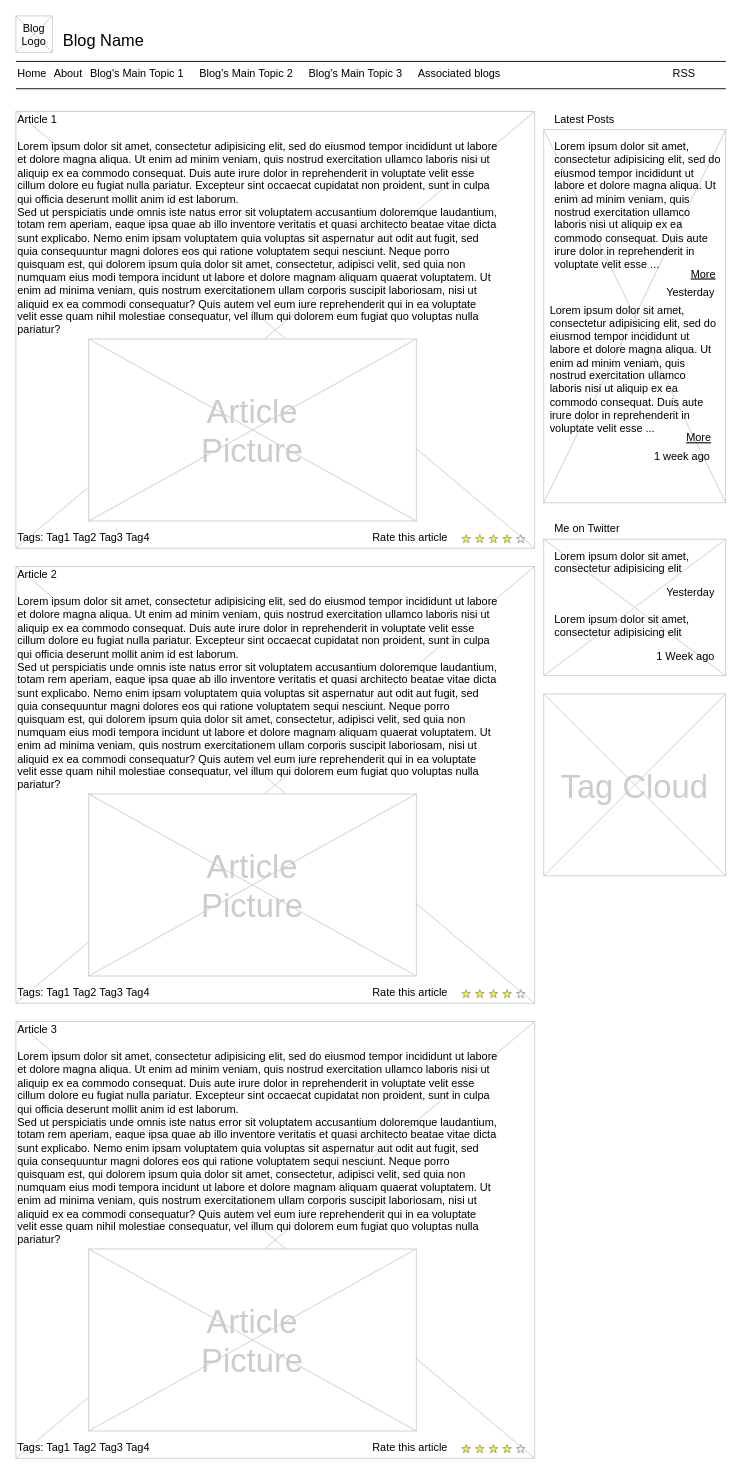
Earlier version of the draw.io diagram Untitled Diagram.drawio (thandosim/trucks). Source tidied: cells renumbered, new cells numbered last; positions are measured from the earlier drawing's top-left corner, leaving out a move shared by most shapes. Both pictures are drawn from the tidied source at 91%, with x=0, y=0 at pixel (15, 15).
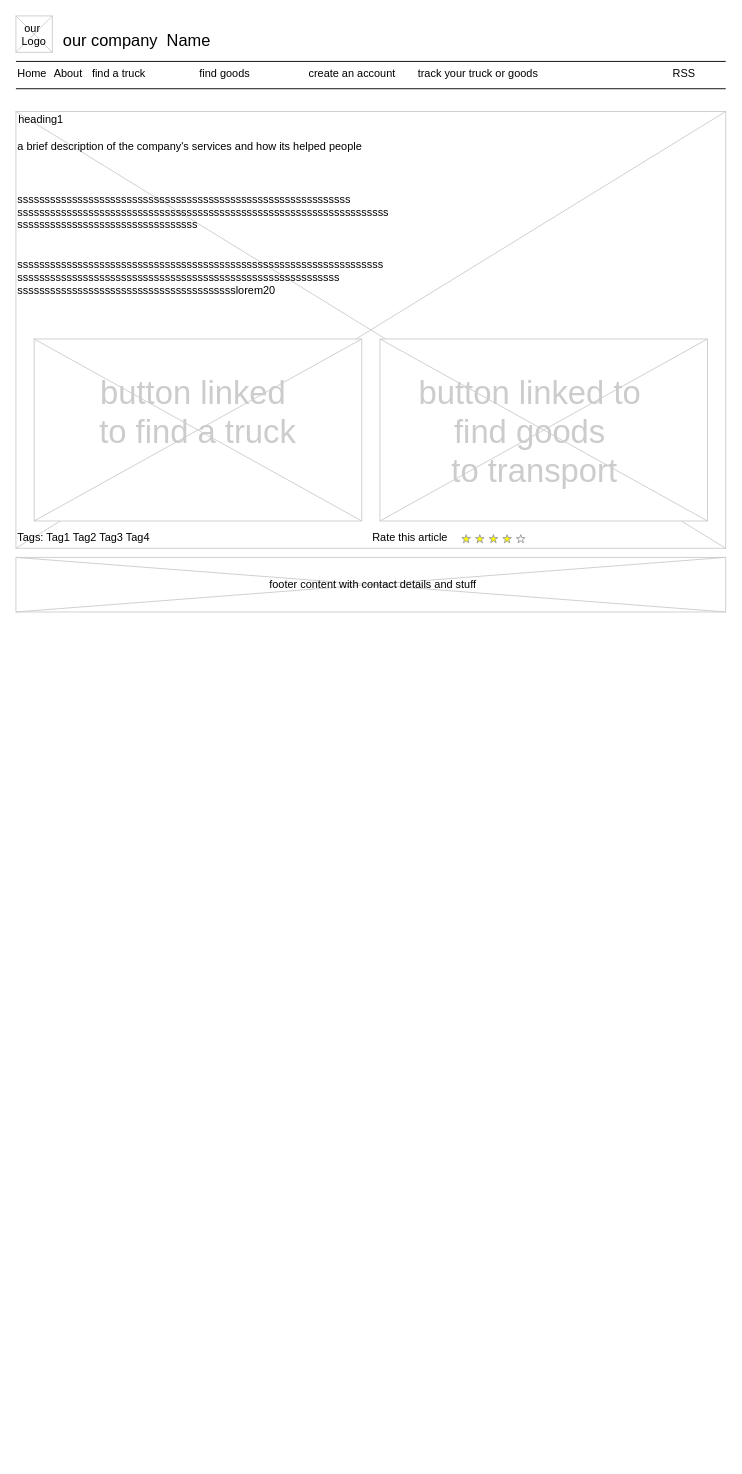
Above is the later version.

Commit message:
trucksWireframe first draft

Diff of the diagram source:
```diff
@@
-    <mxCell id="2" style="verticalLabelPosition=bottom;verticalAlign=top;strokeWidth=1;shape=mxgraph.mockup.graphics.iconGrid;strokeColor=#CCCCCC;gridSize=1,1;" parent="1" vertex="1">
-      <mxGeometry x="580" y="125" width="200" height="410" as="geometry" />
-    </mxCell>
     <mxCell id="3" style="verticalLabelPosition=bottom;verticalAlign=top;strokeWidth=1;shape=mxgraph.mockup.graphics.iconGrid;strokeColor=#CCCCCC;gridSize=1,1;" parent="1" vertex="1">
-      <mxGeometry y="105" width="570" height="480" as="geometry" />
+      <mxGeometry y="105" width="780" height="480" as="geometry" />
     </mxCell>
+    <mxCell id="54" style="verticalLabelPosition=bottom;verticalAlign=top;strokeWidth=1;shape=mxgraph.mockup.graphics.iconGrid;strokeColor=#CCCCCC;gridSize=1,1;" parent="1" vertex="1">
+      <mxGeometry x="400" y="355" width="360" height="200" as="geometry" />
+    </mxCell>
-    <mxCell id="4" value="Blog Name" style="text;spacingTop=-5;fontSize=18;fontStyle=0;" parent="1" vertex="1">
+    <mxCell id="4" value="our company  Name" style="text;spacingTop=-5;fontSize=18;fontStyle=0;" parent="1" vertex="1">
       <mxGeometry x="50" y="15" width="230" height="20" as="geometry" />
     </mxCell>
@@
-    <mxCell id="9" value="Associated blogs" style="text;spacingTop=-5;" parent="1" vertex="1">
+    <mxCell id="9" value="track your truck or goods&#10;" style="text;spacingTop=-5;" parent="1" vertex="1">
       <mxGeometry x="440" y="55" width="30" height="20" as="geometry" />
     </mxCell>
-    <mxCell id="10" value="Article 1" style="text;spacingTop=-5;" parent="1" vertex="1">
-      <mxGeometry y="105" width="30" height="20" as="geometry" />
+    <mxCell id="10" value="heading1" style="text;spacingTop=-5;" parent="1" vertex="1">
+      <mxGeometry x="1" y="105" width="30" height="20" as="geometry" />
     </mxCell>
-    <mxCell id="11" value="Lorem ipsum dolor sit amet, consectetur adipisicing elit, sed do eiusmod tempor incididunt ut labore et dolore magna aliqua. Ut enim ad minim veniam, quis nostrud exercitation ullamco laboris nisi ut aliquip ex ea commodo consequat. Duis aute irure dolor in reprehenderit in voluptate velit esse cillum dolore eu fugiat nulla pariatur. Excepteur sint occaecat cupidatat non proident, sunt in culpa qui officia deserunt mollit anim id est laborum.&#10;Sed ut perspiciatis unde omnis iste natus error sit voluptatem accusantium doloremque laudantium, totam rem aperiam, eaque ipsa quae ab illo inventore veritatis et quasi architecto beatae vitae dicta sunt explicabo. Nemo enim ipsam voluptatem quia voluptas sit aspernatur aut odit aut fugit, sed quia consequuntur magni dolores eos qui ratione voluptatem sequi nesciunt. Neque porro quisquam est, qui dolorem ipsum quia dolor sit amet, consectetur, adipisci velit, sed quia non numquam eius modi tempora incidunt ut labore et dolore magnam aliquam quaerat voluptatem. Ut enim ad minima veniam, quis nostrum exercitationem ullam corporis suscipit laboriosam, nisi ut aliquid ex ea commodi consequatur? Quis autem vel eum iure reprehenderit qui in ea voluptate velit esse quam nihil molestiae consequatur, vel illum qui dolorem eum fugiat quo voluptas nulla pariatur?" style="text;spacingTop=-5;whiteSpace=wrap;align=left;" parent="1" vertex="1">
-      <mxGeometry y="135" width="530" height="250" as="geometry" />
+    <mxCell id="11" value="a brief description of the company's services and how its helped people&#10;&#10;&#10;&#10;sssssssssssssssssssssssssssssssssssssssssssssssssssssssssssss&#10;ssssssssssssssssssssssssssssssssssssssssssssssssssssssssssssssssssss&#10;sssssssssssssssssssssssssssssssss&#10;&#10;&#10;sssssssssssssssssssssssssssssssssssssssssssssssssssssssssssssssssss&#10;sssssssssssssssssssssssssssssssssssssssssssssssssssssssssss&#10;sssssssssssssssssssssssssssssssssssssssslorem20&#10;" style="text;spacingTop=-5;whiteSpace=wrap;align=left;" parent="1" vertex="1">
+      <mxGeometry y="135" width="530" height="200" as="geometry" />
     </mxCell>
-    <mxCell id="12" value="Latest Posts" style="text;spacingTop=-5;" parent="1" vertex="1">
-      <mxGeometry x="590" y="105" width="30" height="20" as="geometry" />
-    </mxCell>
@@
-    <mxCell id="14" value="Lorem ipsum dolor sit amet, consectetur adipisicing elit, sed do eiusmod tempor incididunt ut labore et dolore magna aliqua. Ut enim ad minim veniam, quis nostrud exercitation ullamco laboris nisi ut aliquip ex ea commodo consequat. Duis aute irure dolor in reprehenderit in voluptate velit esse ..." style="text;spacingTop=-5;whiteSpace=wrap;align=left;" parent="1" vertex="1">
-      <mxGeometry x="590" y="135" width="190" height="140" as="geometry" />
-    </mxCell>
-    <mxCell id="15" value="More" style="text;spacingTop=-5;fontStyle=4;" parent="1" vertex="1">
-      <mxGeometry x="740" y="275" width="30" height="20" as="geometry" />
-    </mxCell>
-    <mxCell id="16" value="Yesterday" style="text;spacingTop=-5;fontStyle=0;align=right;" parent="1" vertex="1">
-      <mxGeometry x="740" y="295" width="30" height="20" as="geometry" />
-    </mxCell>
-    <mxCell id="17" value="Lorem ipsum dolor sit amet, consectetur adipisicing elit, sed do eiusmod tempor incididunt ut labore et dolore magna aliqua. Ut enim ad minim veniam, quis nostrud exercitation ullamco laboris nisi ut aliquip ex ea commodo consequat. Duis aute irure dolor in reprehenderit in voluptate velit esse ..." style="text;spacingTop=-5;whiteSpace=wrap;align=left;" parent="1" vertex="1">
-      <mxGeometry x="585" y="315" width="190" height="140" as="geometry" />
-    </mxCell>
-    <mxCell id="18" value="More" style="text;spacingTop=-5;fontStyle=4;" parent="1" vertex="1">
-      <mxGeometry x="735" y="455" width="30" height="20" as="geometry" />
-    </mxCell>
-    <mxCell id="19" value="1 week ago" style="text;spacingTop=-5;fontStyle=0;align=right;" parent="1" vertex="1">
-      <mxGeometry x="735" y="475" width="30" height="20" as="geometry" />
-    </mxCell>
@@
-    <mxCell id="21" value="Blog &#10;Logo" style="text;spacingTop=-5;align=center;" parent="1" vertex="1">
+    <mxCell id="21" value="our &#10;Logo" style="text;spacingTop=-5;align=center;" parent="1" vertex="1">
       <mxGeometry y="5" width="40" height="40" as="geometry" />
     </mxCell>
-    <mxCell id="22" value="Blog's Main Topic 1" style="text;spacingTop=-5;" parent="1" vertex="1">
-      <mxGeometry x="80" y="55" width="30" height="20" as="geometry" />
+    <mxCell id="22" value="find a truck" style="text;spacingTop=-5;" parent="1" vertex="1">
+      <mxGeometry x="82" y="55" width="30" height="20" as="geometry" />
     </mxCell>
-    <mxCell id="23" value="Blog's Main Topic 2" style="text;spacingTop=-5;" parent="1" vertex="1">
+    <mxCell id="23" value="find goods&#10;" style="text;spacingTop=-5;" parent="1" vertex="1">
       <mxGeometry x="200" y="55" width="30" height="20" as="geometry" />
     </mxCell>
-    <mxCell id="24" value="Blog's Main Topic 3" style="text;spacingTop=-5;" parent="1" vertex="1">
+    <mxCell id="24" value="create an account" style="text;spacingTop=-5;" parent="1" vertex="1">
       <mxGeometry x="320" y="55" width="30" height="20" as="geometry" />
     </mxCell>
     <mxCell id="25" style="verticalLabelPosition=bottom;verticalAlign=top;strokeWidth=1;shape=mxgraph.mockup.graphics.iconGrid;strokeColor=#CCCCCC;gridSize=1,1;" parent="1" vertex="1">
-      <mxGeometry x="80" y="355" width="360" height="200" as="geometry" />
+      <mxGeometry x="20" y="355" width="360" height="200" as="geometry" />
     </mxCell>
-    <mxCell id="26" value="Article&#10;Picture" style="text;spacingTop=-5;align=center;verticalAlign=middle;fontSize=36;fontColor=#CCCCCC;" parent="1" vertex="1">
-      <mxGeometry x="80" y="355" width="360" height="200" as="geometry" />
+    <mxCell id="26" value="button linked &#10;to find a truck&#10;" style="text;spacingTop=-5;align=center;verticalAlign=middle;fontSize=36;fontColor=#CCCCCC;" parent="1" vertex="1">
+      <mxGeometry x="20" y="355" width="360" height="200" as="geometry" />
     </mxCell>
-    <mxCell id="27" style="verticalLabelPosition=bottom;verticalAlign=top;strokeWidth=1;shape=mxgraph.mockup.graphics.iconGrid;strokeColor=#CCCCCC;gridSize=1,1;" parent="1" vertex="1">
-      <mxGeometry y="605" width="570" height="480" as="geometry" />
-    </mxCell>
-    <mxCell id="28" value="Article 2" style="text;spacingTop=-5;" parent="1" vertex="1">
-      <mxGeometry y="605" width="30" height="20" as="geometry" />
-    </mxCell>
-    <mxCell id="29" value="Lorem ipsum dolor sit amet, consectetur adipisicing elit, sed do eiusmod tempor incididunt ut labore et dolore magna aliqua. Ut enim ad minim veniam, quis nostrud exercitation ullamco laboris nisi ut aliquip ex ea commodo consequat. Duis aute irure dolor in reprehenderit in voluptate velit esse cillum dolore eu fugiat nulla pariatur. Excepteur sint occaecat cupidatat non proident, sunt in culpa qui officia deserunt mollit anim id est laborum.&#10;Sed ut perspiciatis unde omnis iste natus error sit voluptatem accusantium doloremque laudantium, totam rem aperiam, eaque ipsa quae ab illo inventore veritatis et quasi architecto beatae vitae dicta sunt explicabo. Nemo enim ipsam voluptatem quia voluptas sit aspernatur aut odit aut fugit, sed quia consequuntur magni dolores eos qui ratione voluptatem sequi nesciunt. Neque porro quisquam est, qui dolorem ipsum quia dolor sit amet, consectetur, adipisci velit, sed quia non numquam eius modi tempora incidunt ut labore et dolore magnam aliquam quaerat voluptatem. Ut enim ad minima veniam, quis nostrum exercitationem ullam corporis suscipit laboriosam, nisi ut aliquid ex ea commodi consequatur? Quis autem vel eum iure reprehenderit qui in ea voluptate velit esse quam nihil molestiae consequatur, vel illum qui dolorem eum fugiat quo voluptas nulla pariatur?" style="text;spacingTop=-5;whiteSpace=wrap;align=left;" parent="1" vertex="1">
-      <mxGeometry y="635" width="530" height="250" as="geometry" />
-    </mxCell>
-    <mxCell id="30" style="verticalLabelPosition=bottom;verticalAlign=top;strokeWidth=1;shape=mxgraph.mockup.graphics.iconGrid;strokeColor=#CCCCCC;gridSize=1,1;" parent="1" vertex="1">
-      <mxGeometry x="80" y="855" width="360" height="200" as="geometry" />
-    </mxCell>
-    <mxCell id="31" value="Article&#10;Picture" style="text;spacingTop=-5;align=center;verticalAlign=middle;fontSize=36;fontColor=#CCCCCC;" parent="1" vertex="1">
-      <mxGeometry x="80" y="855" width="360" height="200" as="geometry" />
-    </mxCell>
     <mxCell id="32" style="verticalLabelPosition=bottom;verticalAlign=top;strokeWidth=1;shape=mxgraph.mockup.graphics.iconGrid;strokeColor=#CCCCCC;gridSize=1,1;" parent="1" vertex="1">
-      <mxGeometry y="1105" width="570" height="480" as="geometry" />
+      <mxGeometry y="595" width="780" height="60" as="geometry" />
     </mxCell>
-    <mxCell id="33" value="Article 3" style="text;spacingTop=-5;" parent="1" vertex="1">
-      <mxGeometry y="1105" width="30" height="20" as="geometry" />
-    </mxCell>
-    <mxCell id="34" value="Lorem ipsum dolor sit amet, consectetur adipisicing elit, sed do eiusmod tempor incididunt ut labore et dolore magna aliqua. Ut enim ad minim veniam, quis nostrud exercitation ullamco laboris nisi ut aliquip ex ea commodo consequat. Duis aute irure dolor in reprehenderit in voluptate velit esse cillum dolore eu fugiat nulla pariatur. Excepteur sint occaecat cupidatat non proident, sunt in culpa qui officia deserunt mollit anim id est laborum.&#10;Sed ut perspiciatis unde omnis iste natus error sit voluptatem accusantium doloremque laudantium, totam rem aperiam, eaque ipsa quae ab illo inventore veritatis et quasi architecto beatae vitae dicta sunt explicabo. Nemo enim ipsam voluptatem quia voluptas sit aspernatur aut odit aut fugit, sed quia consequuntur magni dolores eos qui ratione voluptatem sequi nesciunt. Neque porro quisquam est, qui dolorem ipsum quia dolor sit amet, consectetur, adipisci velit, sed quia non numquam eius modi tempora incidunt ut labore et dolore magnam aliquam quaerat voluptatem. Ut enim ad minima veniam, quis nostrum exercitationem ullam corporis suscipit laboriosam, nisi ut aliquid ex ea commodi consequatur? Quis autem vel eum iure reprehenderit qui in ea voluptate velit esse quam nihil molestiae consequatur, vel illum qui dolorem eum fugiat quo voluptas nulla pariatur?" style="text;spacingTop=-5;whiteSpace=wrap;align=left;" parent="1" vertex="1">
-      <mxGeometry y="1135" width="530" height="250" as="geometry" />
-    </mxCell>
-    <mxCell id="35" style="verticalLabelPosition=bottom;verticalAlign=top;strokeWidth=1;shape=mxgraph.mockup.graphics.iconGrid;strokeColor=#CCCCCC;gridSize=1,1;" parent="1" vertex="1">
-      <mxGeometry x="80" y="1355" width="360" height="200" as="geometry" />
-    </mxCell>
-    <mxCell id="36" value="Article&#10;Picture" style="text;spacingTop=-5;align=center;verticalAlign=middle;fontSize=36;fontColor=#CCCCCC;" parent="1" vertex="1">
-      <mxGeometry x="80" y="1355" width="360" height="200" as="geometry" />
-    </mxCell>
@@
-    <mxCell id="39" style="verticalLabelPosition=bottom;verticalAlign=top;strokeWidth=1;shape=mxgraph.mockup.misc.rating;strokeColor=#999999;fillColor=#ffff00;emptyFillColor=#ffffff;grade=4;ratingScale=5;ratingStyle=star;" parent="1" vertex="1">
-      <mxGeometry x="490" y="1070" width="77.5" height="10" as="geometry" />
-    </mxCell>
-    <mxCell id="40" value="Rate this article" style="text;spacingTop=-5;" parent="1" vertex="1">
-      <mxGeometry x="390" y="1065" width="30" height="20" as="geometry" />
-    </mxCell>
-    <mxCell id="41" style="verticalLabelPosition=bottom;verticalAlign=top;strokeWidth=1;shape=mxgraph.mockup.misc.rating;strokeColor=#999999;fillColor=#ffff00;emptyFillColor=#ffffff;grade=4;ratingScale=5;ratingStyle=star;" parent="1" vertex="1">
-      <mxGeometry x="490" y="1570" width="77.5" height="10" as="geometry" />
-    </mxCell>
-    <mxCell id="42" value="Rate this article" style="text;spacingTop=-5;" parent="1" vertex="1">
-      <mxGeometry x="390" y="1565" width="30" height="20" as="geometry" />
-    </mxCell>
@@
-    <mxCell id="44" value="Tags: Tag1 Tag2 Tag3 Tag4" style="text;spacingTop=-5;" parent="1" vertex="1">
-      <mxGeometry y="1065" width="210" height="20" as="geometry" />
-    </mxCell>
-    <mxCell id="45" value="Tags: Tag1 Tag2 Tag3 Tag4" style="text;spacingTop=-5;" parent="1" vertex="1">
-      <mxGeometry y="1565" width="210" height="20" as="geometry" />
-    </mxCell>
-    <mxCell id="46" style="verticalLabelPosition=bottom;verticalAlign=top;strokeWidth=1;shape=mxgraph.mockup.graphics.iconGrid;strokeColor=#CCCCCC;gridSize=1,1;" parent="1" vertex="1">
-      <mxGeometry x="580" y="575" width="200" height="150" as="geometry" />
-    </mxCell>
-    <mxCell id="47" value="Me on Twitter" style="text;spacingTop=-5;" parent="1" vertex="1">
-      <mxGeometry x="590" y="555" width="30" height="20" as="geometry" />
-    </mxCell>
-    <mxCell id="48" value="Lorem ipsum dolor sit amet, consectetur adipisicing elit" style="text;spacingTop=-5;whiteSpace=wrap;align=left;" parent="1" vertex="1">
-      <mxGeometry x="590" y="585" width="190" height="40" as="geometry" />
-    </mxCell>
-    <mxCell id="49" value="Yesterday" style="text;spacingTop=-5;fontStyle=0;align=right;" parent="1" vertex="1">
-      <mxGeometry x="740" y="625" width="30" height="20" as="geometry" />
-    </mxCell>
-    <mxCell id="50" style="verticalLabelPosition=bottom;verticalAlign=top;strokeWidth=1;shape=mxgraph.mockup.graphics.iconGrid;strokeColor=#CCCCCC;gridSize=1,1;" parent="1" vertex="1">
-      <mxGeometry x="580" y="745" width="200" height="200" as="geometry" />
-    </mxCell>
-    <mxCell id="51" value="Tag Cloud" style="text;spacingTop=-5;align=center;verticalAlign=middle;fontSize=36;fontColor=#CCCCCC;" parent="1" vertex="1">
-      <mxGeometry x="580" y="745" width="200" height="200" as="geometry" />
-    </mxCell>
-    <mxCell id="52" value="Lorem ipsum dolor sit amet, consectetur adipisicing elit" style="text;spacingTop=-5;whiteSpace=wrap;align=left;" parent="1" vertex="1">
-      <mxGeometry x="590" y="655" width="190" height="40" as="geometry" />
-    </mxCell>
-    <mxCell id="53" value="1 Week ago" style="text;spacingTop=-5;fontStyle=0;align=right;" parent="1" vertex="1">
-      <mxGeometry x="740" y="695" width="30" height="20" as="geometry" />
-    </mxCell>
+    <mxCell id="55" value="button linked to &#10;find goods &#10;to transport" style="text;spacingTop=-5;align=center;verticalAlign=middle;fontSize=36;fontColor=#CCCCCC;" parent="1" vertex="1">
+      <mxGeometry x="390" y="355" width="360" height="200" as="geometry" />
+    </mxCell>
+    <mxCell id="56" value="footer content with contact details and stuff" style="text;html=1;align=center;verticalAlign=middle;whiteSpace=wrap;rounded=0;" parent="1" vertex="1">
+      <mxGeometry x="241" y="610" width="303" height="30" as="geometry" />
+    </mxCell>
```
